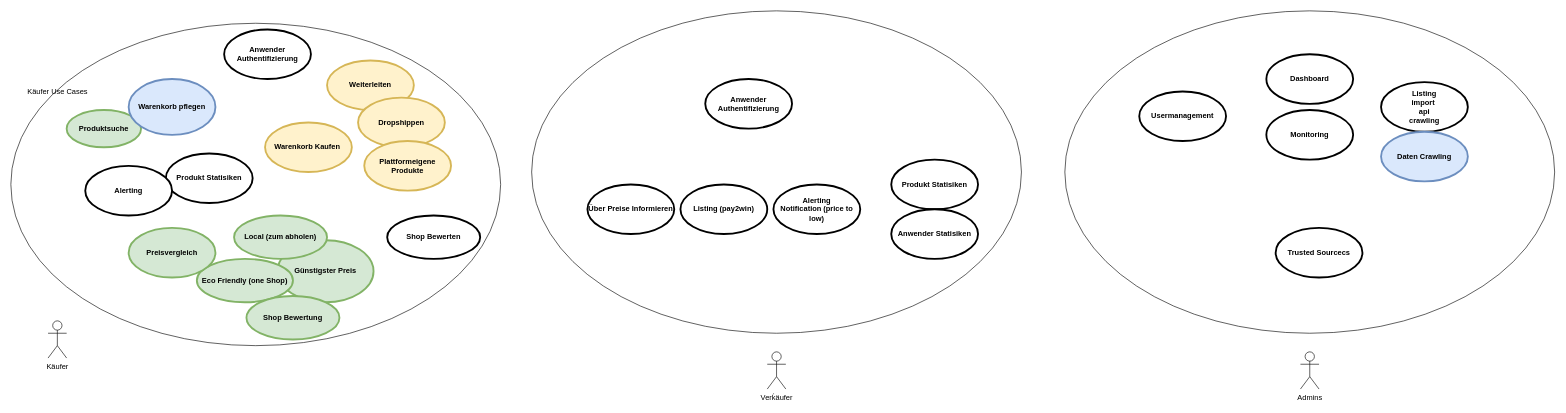
This is page "Usecases" (2 of 9) of diagrams.drawio from placom/docs, a draw.io file, before an edit. Source tidied: cells renumbered, new cells numbered last; positions are measured from the earlier drawing's top-left corner, leaving out a move shared by most shapes. Both pictures are drawn from the tidied source at 62%, with x=0, y=0 at pixel (11, 11).
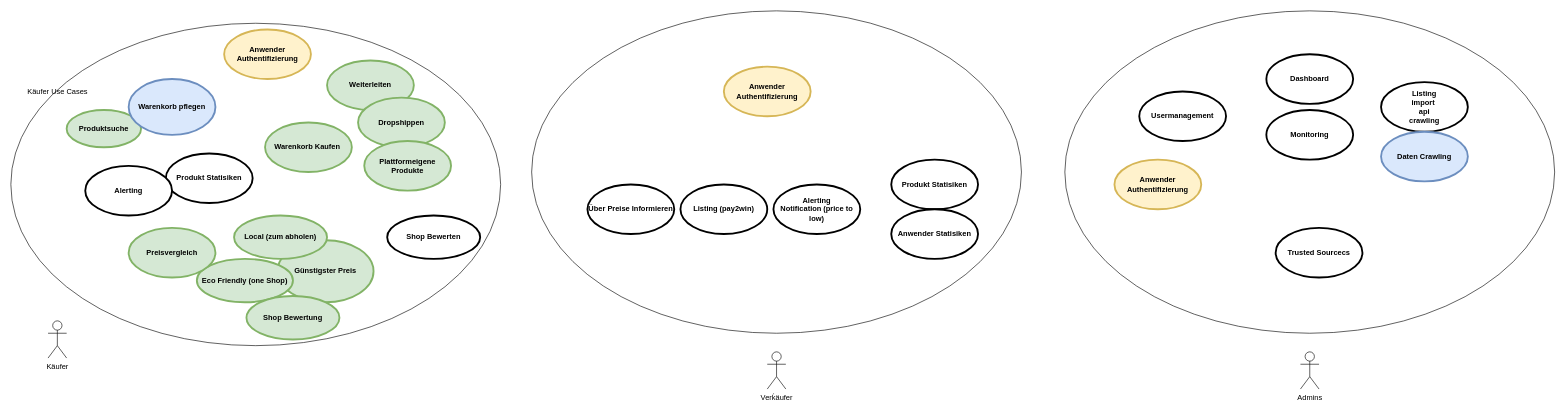
After the change.

The edit, as a diff of the source:
```diff
@@
-    <mxCell id="13" value="Warenkorb Kaufen&amp;nbsp;" style="shape=ellipse;html=1;strokeWidth=3;fontStyle=1;whiteSpace=wrap;align=center;perimeter=ellipsePerimeter;fillColor=#fff2cc;strokeColor=#d6b656;" parent="1" vertex="1">
+    <mxCell id="13" value="Warenkorb Kaufen&amp;nbsp;" style="shape=ellipse;html=1;strokeWidth=3;fontStyle=1;whiteSpace=wrap;align=center;perimeter=ellipsePerimeter;fillColor=#d5e8d4;strokeColor=#82b366;" parent="1" vertex="1">
       <mxGeometry x="410" y="180" width="140" height="80" as="geometry" />
     </mxCell>
-    <mxCell id="14" value="Weiterleiten" style="shape=ellipse;html=1;strokeWidth=3;fontStyle=1;whiteSpace=wrap;align=center;perimeter=ellipsePerimeter;fillColor=#fff2cc;strokeColor=#d6b656;" parent="1" vertex="1">
+    <mxCell id="14" value="Weiterleiten" style="shape=ellipse;html=1;strokeWidth=3;fontStyle=1;whiteSpace=wrap;align=center;perimeter=ellipsePerimeter;fillColor=#d5e8d4;strokeColor=#82b366;" parent="1" vertex="1">
       <mxGeometry x="510" y="80" width="140" height="80" as="geometry" />
     </mxCell>
-    <mxCell id="15" value="Dropshippen&lt;br&gt;" style="shape=ellipse;html=1;strokeWidth=3;fontStyle=1;whiteSpace=wrap;align=center;perimeter=ellipsePerimeter;fillColor=#fff2cc;strokeColor=#d6b656;" parent="1" vertex="1">
+    <mxCell id="15" value="Dropshippen&lt;br&gt;" style="shape=ellipse;html=1;strokeWidth=3;fontStyle=1;whiteSpace=wrap;align=center;perimeter=ellipsePerimeter;fillColor=#d5e8d4;strokeColor=#82b366;" parent="1" vertex="1">
       <mxGeometry x="560" y="140" width="140" height="80" as="geometry" />
     </mxCell>
-    <mxCell id="16" value="Plattformeigene Produkte" style="shape=ellipse;html=1;strokeWidth=3;fontStyle=1;whiteSpace=wrap;align=center;perimeter=ellipsePerimeter;fillColor=#fff2cc;strokeColor=#d6b656;" parent="1" vertex="1">
+    <mxCell id="16" value="Plattformeigene Produkte" style="shape=ellipse;html=1;strokeWidth=3;fontStyle=1;whiteSpace=wrap;align=center;perimeter=ellipsePerimeter;fillColor=#d5e8d4;strokeColor=#82b366;" parent="1" vertex="1">
       <mxGeometry x="570" y="210" width="140" height="80" as="geometry" />
     </mxCell>
@@
-    <mxCell id="29" value="Anwender Authentifizierung" style="shape=ellipse;html=1;strokeWidth=3;fontStyle=1;whiteSpace=wrap;align=center;perimeter=ellipsePerimeter;" parent="1" vertex="1">
-      <mxGeometry x="1120" y="110" width="140" height="80" as="geometry" />
+    <mxCell id="29" value="Anwender Authentifizierung" style="shape=ellipse;html=1;strokeWidth=3;fontStyle=1;whiteSpace=wrap;align=center;perimeter=ellipsePerimeter;fillColor=#fff2cc;strokeColor=#d6b656;" parent="1" vertex="1">
+      <mxGeometry x="1150" y="90" width="140" height="80" as="geometry" />
     </mxCell>
-    <mxCell id="30" value="Anwender Authentifizierung" style="shape=ellipse;html=1;strokeWidth=3;fontStyle=1;whiteSpace=wrap;align=center;perimeter=ellipsePerimeter;" parent="1" vertex="1">
+    <mxCell id="30" value="Anwender Authentifizierung" style="shape=ellipse;html=1;strokeWidth=3;fontStyle=1;whiteSpace=wrap;align=center;perimeter=ellipsePerimeter;fillColor=#fff2cc;strokeColor=#d6b656;" parent="1" vertex="1">
       <mxGeometry x="344" y="30" width="140" height="80" as="geometry" />
     </mxCell>
@@
+    <mxCell id="36" value="Anwender Authentifizierung" style="shape=ellipse;html=1;strokeWidth=3;fontStyle=1;whiteSpace=wrap;align=center;perimeter=ellipsePerimeter;fillColor=#fff2cc;strokeColor=#d6b656;" parent="1" vertex="1">
+      <mxGeometry x="1780" y="240" width="140" height="80" as="geometry" />
+    </mxCell>
```
